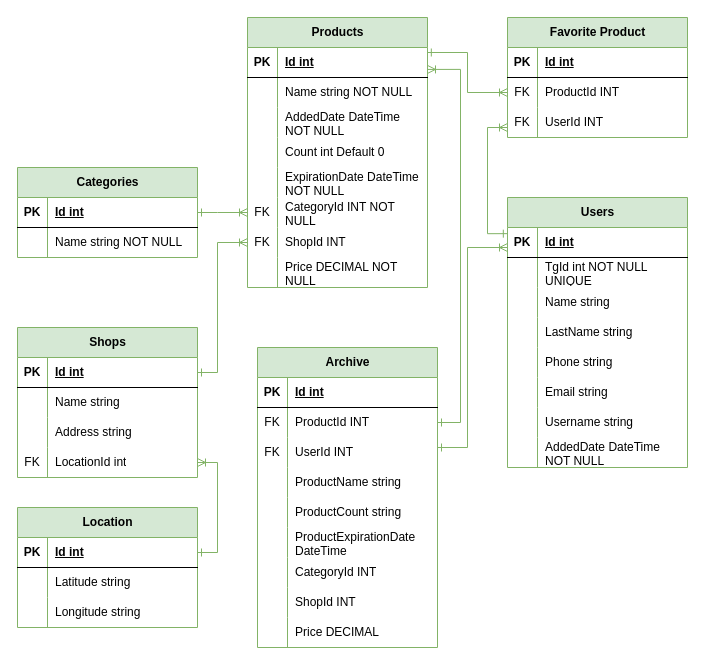
This is ER.drawio from zhenia777/ProductBotManager, a draw.io file, before an edit. Source tidied: cells renumbered, new cells numbered last; positions are measured from the earlier drawing's top-left corner, leaving out a move shared by most shapes. Both pictures are drawn from the tidied source at 100%, with x=0, y=0 at pixel (17, 17).
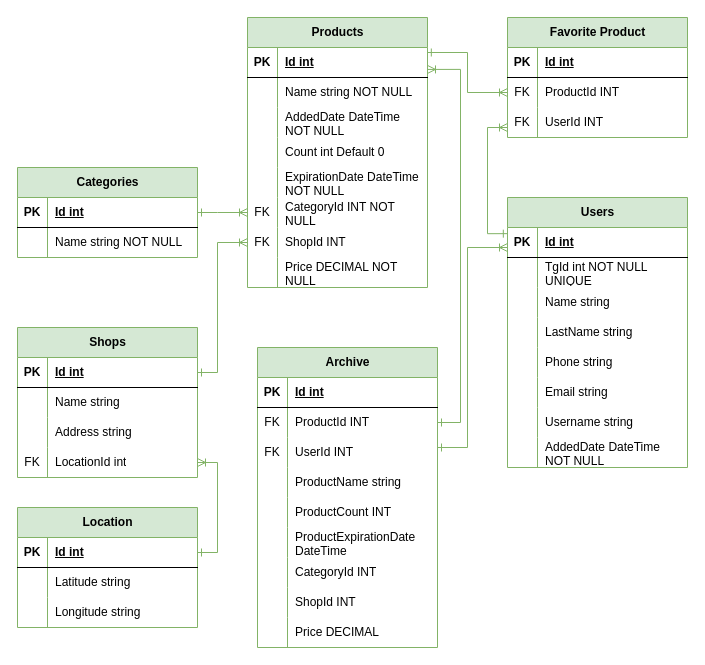
The same diagram, later.

Unchanged cells that the change refers to:
```xml
<mxCell id="99" style="shape=tableRow;horizontal=0;startSize=0;swimlaneHead=0;swimlaneBody=0;fillColor=none;top=0;left=0;right=0;bottom=0;" parent="86" vertex="1">
  <mxGeometry y="150" width="180" height="30" as="geometry" />
</mxCell>
```

What changed in the source:
```diff
@@
-    <mxCell id="101" value="ProductCount string" style="shape=partialRectangle;fillColor=none;top=0;left=0;bottom=0;right=0;align=left;spacingLeft=6;overflow=hidden;whiteSpace=wrap;html=1;" parent="99" vertex="1">
+    <mxCell id="101" value="ProductCount INT" style="shape=partialRectangle;fillColor=none;top=0;left=0;bottom=0;right=0;align=left;spacingLeft=6;overflow=hidden;whiteSpace=wrap;html=1;" parent="99" vertex="1">
       <mxGeometry x="30" width="150" height="30" as="geometry" />
     </mxCell>
```
